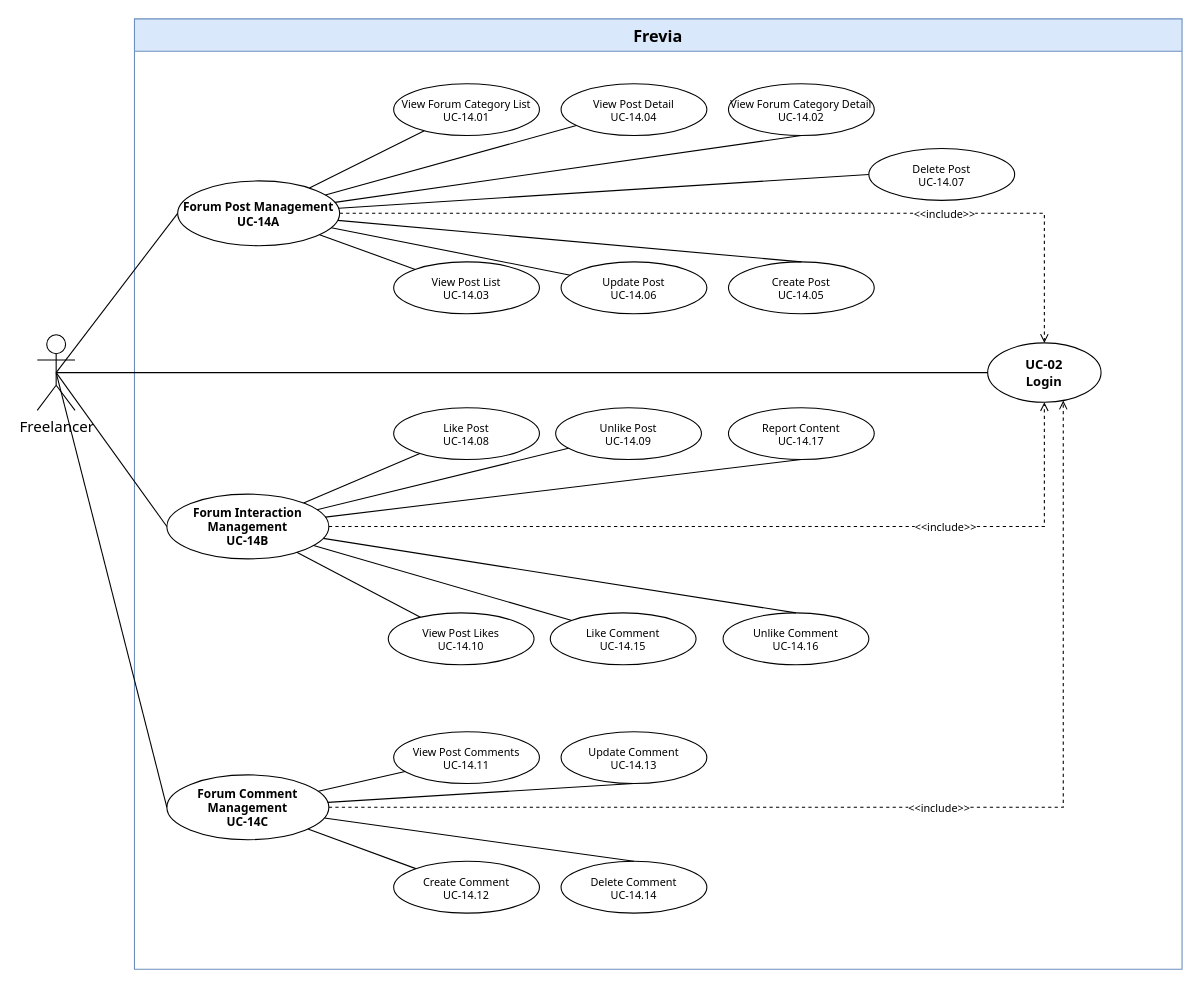
Thunggg/Frevia keeps this draw.io diagram as page "Freelancer 4/7" (4 of 7) of uc-diagrams/Freelancer.drawio. Above is the earlier version. Source tidied: cells renumbered, new cells numbered last; positions are measured from the earlier drawing's top-left corner, leaving out a move shared by most shapes. Both pictures are drawn from the tidied source at 108%, with x=0, y=0 at pixel (37, 18).
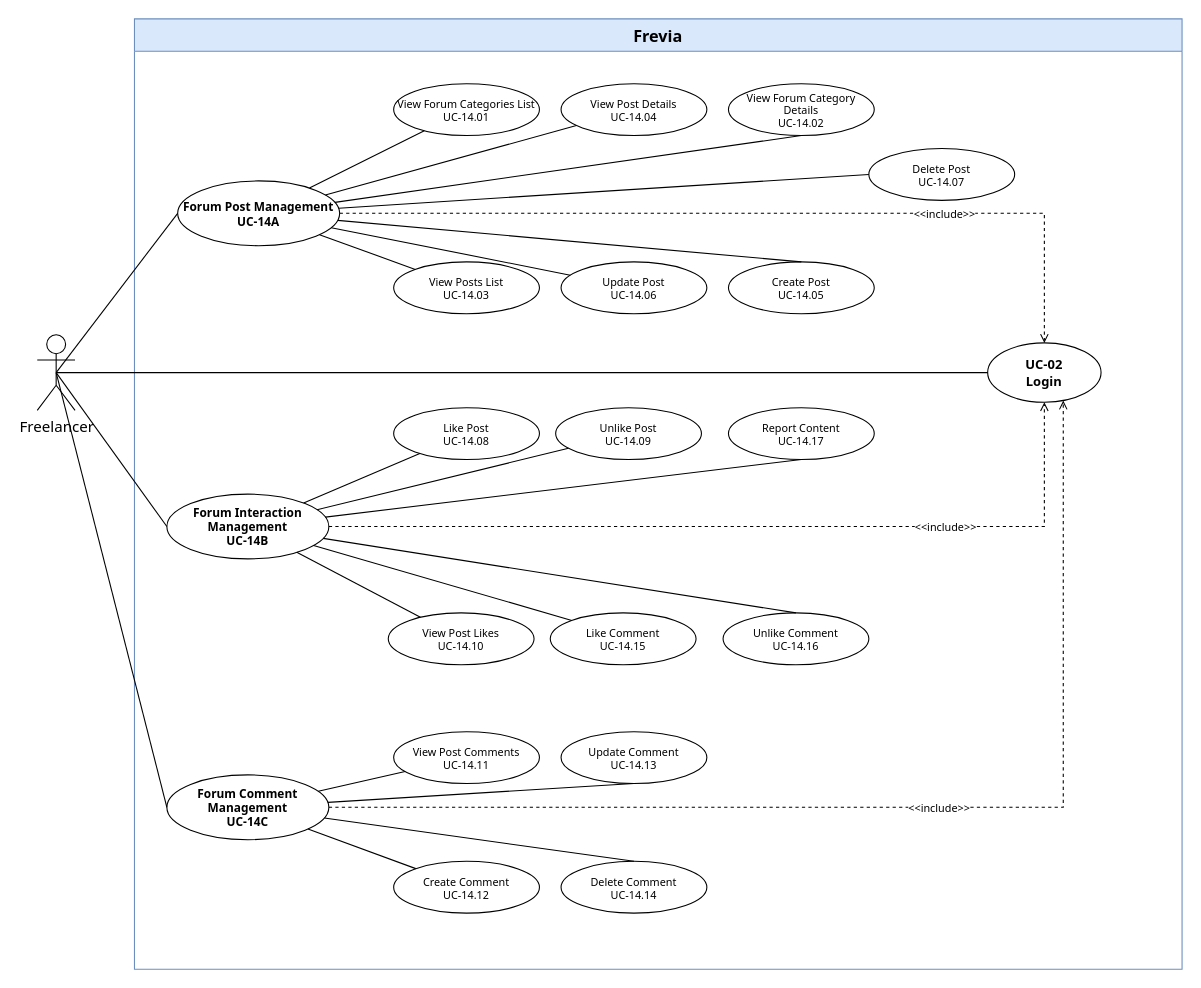
The same page after the edit.

Unchanged cells that the change refers to:
```xml
<mxCell id="2" value="Frevia" style="swimlane;whiteSpace=wrap;html=1;startSize=30;fontSize=15;fontFamily=Tahoma;fontStyle=1;fillColor=#dae8fc;strokeColor=#6c8ebf;" parent="1" vertex="1">
  <mxGeometry x="90" width="970" height="880" as="geometry" />
</mxCell>
```

The edit, as a diff of the source:
```diff
@@
-    <mxCell id="5" value="View Forum Category List&#10;UC-14.01" style="ellipse;whiteSpace=wrap;html=1;fontSize=10;fontFamily=Tahoma;fillColor=#ffffff;strokeColor=#000000;" parent="2" vertex="1">
+    <mxCell id="5" value="View Forum Categories List&#10;UC-14.01" style="ellipse;whiteSpace=wrap;html=1;fontSize=10;fontFamily=Tahoma;fillColor=#ffffff;strokeColor=#000000;" parent="2" vertex="1">
       <mxGeometry x="240" y="60" width="135" height="48" as="geometry" />
     </mxCell>
-    <mxCell id="6" value="View Forum Category Detail&#10;UC-14.02" style="ellipse;whiteSpace=wrap;html=1;fontSize=10;fontFamily=Tahoma;fillColor=#ffffff;strokeColor=#000000;" parent="2" vertex="1">
+    <mxCell id="6" value="View Forum Category Details&#10;UC-14.02" style="ellipse;whiteSpace=wrap;html=1;fontSize=10;fontFamily=Tahoma;fillColor=#ffffff;strokeColor=#000000;" parent="2" vertex="1">
       <mxGeometry x="550" y="60" width="135" height="48" as="geometry" />
     </mxCell>
-    <mxCell id="7" value="View Post List&#10;UC-14.03" style="ellipse;whiteSpace=wrap;html=1;fontSize=10;fontFamily=Tahoma;fillColor=#ffffff;strokeColor=#000000;" parent="2" vertex="1">
+    <mxCell id="7" value="View Posts List&#10;UC-14.03" style="ellipse;whiteSpace=wrap;html=1;fontSize=10;fontFamily=Tahoma;fillColor=#ffffff;strokeColor=#000000;" parent="2" vertex="1">
       <mxGeometry x="240" y="225" width="135" height="48" as="geometry" />
     </mxCell>
-    <mxCell id="8" value="View Post Detail&#10;UC-14.04" style="ellipse;whiteSpace=wrap;html=1;fontSize=10;fontFamily=Tahoma;fillColor=#ffffff;strokeColor=#000000;" parent="2" vertex="1">
+    <mxCell id="8" value="View Post Details&#10;UC-14.04" style="ellipse;whiteSpace=wrap;html=1;fontSize=10;fontFamily=Tahoma;fillColor=#ffffff;strokeColor=#000000;" parent="2" vertex="1">
       <mxGeometry x="395" y="60" width="135" height="48" as="geometry" />
     </mxCell>
```
